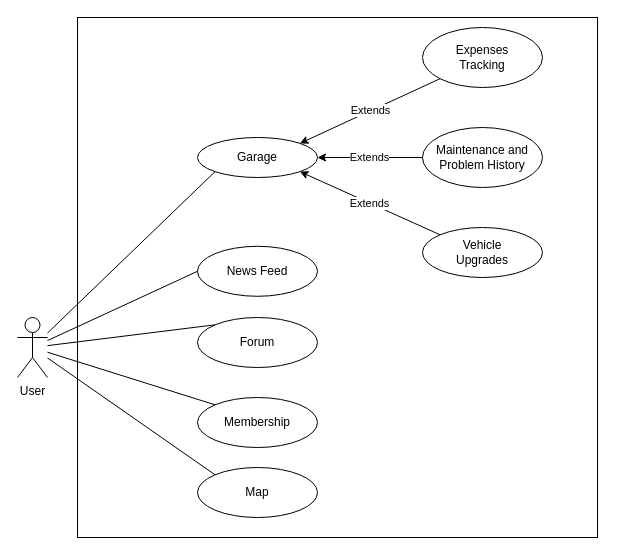
Above: docs/Use-cases/assets/Use_case_model.drawio in basilis0606/MainTena (draw.io), before the change. Source tidied: cells renumbered, new cells numbered last; positions are measured from the earlier drawing's top-left corner, leaving out a move shared by most shapes. Both pictures are drawn from the tidied source at 100%, with x=0, y=0 at pixel (17, 17).
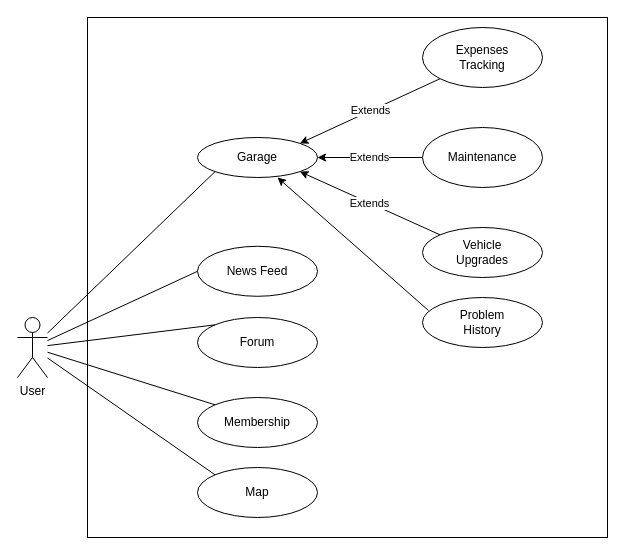
After the change.

Commit message (it also covers changes not shown here):
Updated use case model

Unchanged cells that the change refers to:
```xml
<mxCell id="3" value="Garage" style="ellipse;whiteSpace=wrap;html=1;" parent="1" vertex="1">
  <mxGeometry x="180" y="120" width="120" height="40" as="geometry" />
</mxCell>
```

Change to the diagram source:
```diff
@@
-    <mxCell id="11" value="Maintenance and&lt;br&gt;Problem History" style="ellipse;whiteSpace=wrap;html=1;" parent="1" vertex="1">
+    <mxCell id="11" value="Maintenance" style="ellipse;whiteSpace=wrap;html=1;" parent="1" vertex="1">
       <mxGeometry x="405" y="110" width="120" height="60" as="geometry" />
     </mxCell>
@@
     <mxCell id="19" style="rounded=0;whiteSpace=wrap;html=1;fillColor=none;" parent="1" vertex="1">
-      <mxGeometry x="60" width="520" height="520" as="geometry" />
+      <mxGeometry x="70" width="520" height="520" as="geometry" />
     </mxCell>
+    <mxCell id="20" value="Problem&lt;br&gt;History" style="ellipse;whiteSpace=wrap;html=1;" parent="1" vertex="1">
+      <mxGeometry x="405" y="280" width="120" height="50" as="geometry" />
+    </mxCell>
+    <mxCell id="21" style="endArrow=classic;html=1;rounded=0;entryX=0.667;entryY=1;entryDx=0;entryDy=0;entryPerimeter=0;exitX=0.05;exitY=0.26;exitDx=0;exitDy=0;exitPerimeter=0;" parent="1" edge="1" source="20" target="3">
+      <mxGeometry relative="1" as="geometry" />
+    </mxCell>
```
